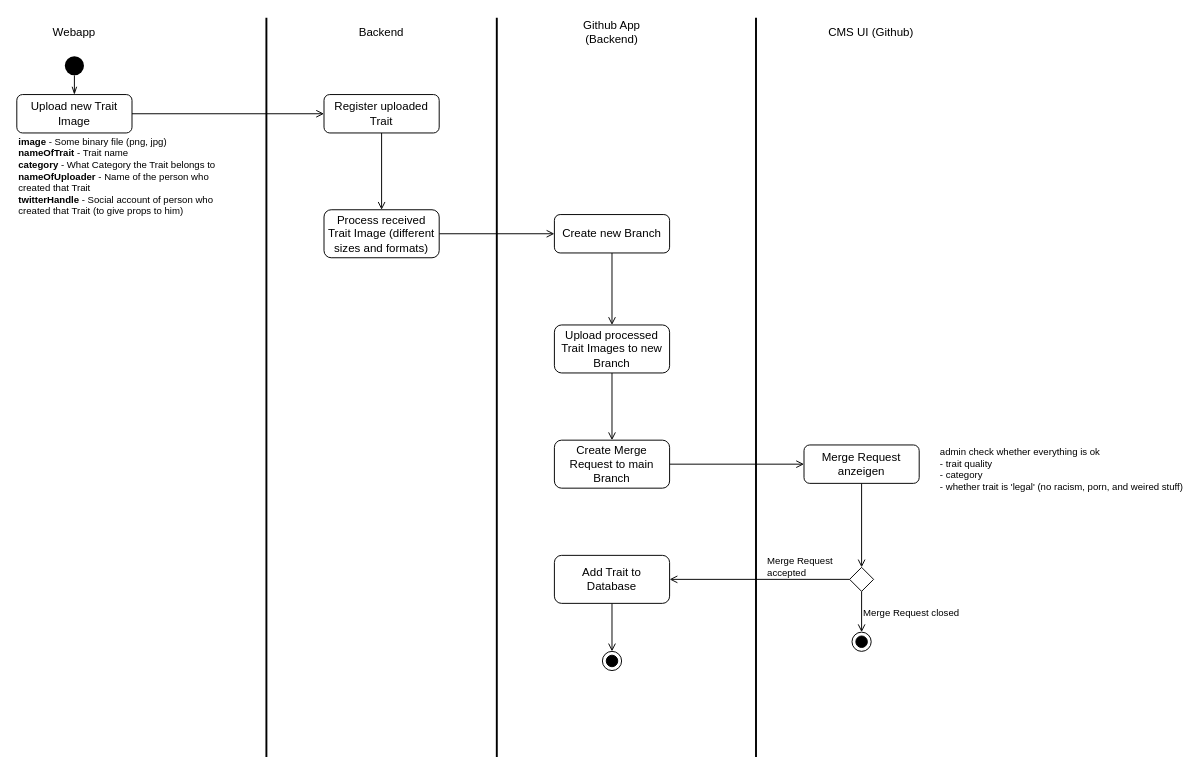
This is resources/cms/aktivity_diagram_cms.drawio from okbcommunity/dressing-room-backend, a draw.io file, before an edit. Source tidied: cells renumbered, new cells numbered last; positions are measured from the earlier drawing's top-left corner, leaving out a move shared by most shapes. Both pictures are drawn from the tidied source at 96%, with x=0, y=0 at pixel (16, 17).
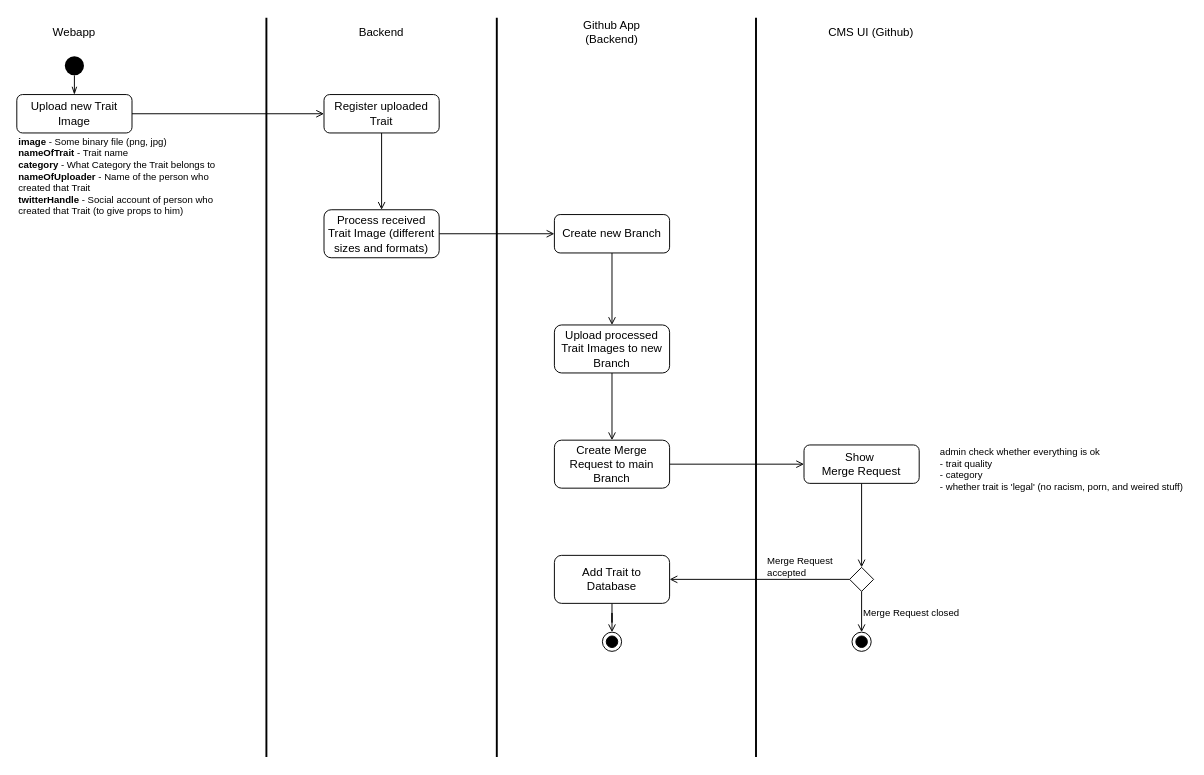
The same page after the edit.

Change to the diagram source:
```diff
@@
-    <mxCell id="17" value="Merge Request anzeigen" style="rounded=1;whiteSpace=wrap;html=1;fontSize=12;glass=0;strokeWidth=1;shadow=0;" parent="1" vertex="1">
+    <mxCell id="17" value="Show&amp;nbsp;&lt;br&gt;Merge Request" style="rounded=1;whiteSpace=wrap;html=1;fontSize=12;glass=0;strokeWidth=1;shadow=0;" parent="1" vertex="1">
       <mxGeometry x="820" y="445" width="120" height="40" as="geometry" />
     </mxCell>
@@
     <mxCell id="34" style="ellipse;html=1;shape=endState;fillColor=strokeColor;fontSize=10;" parent="1" vertex="1">
-      <mxGeometry x="610" y="660" width="20" height="20" as="geometry" />
+      <mxGeometry x="610" y="640" width="20" height="20" as="geometry" />
     </mxCell>
```
